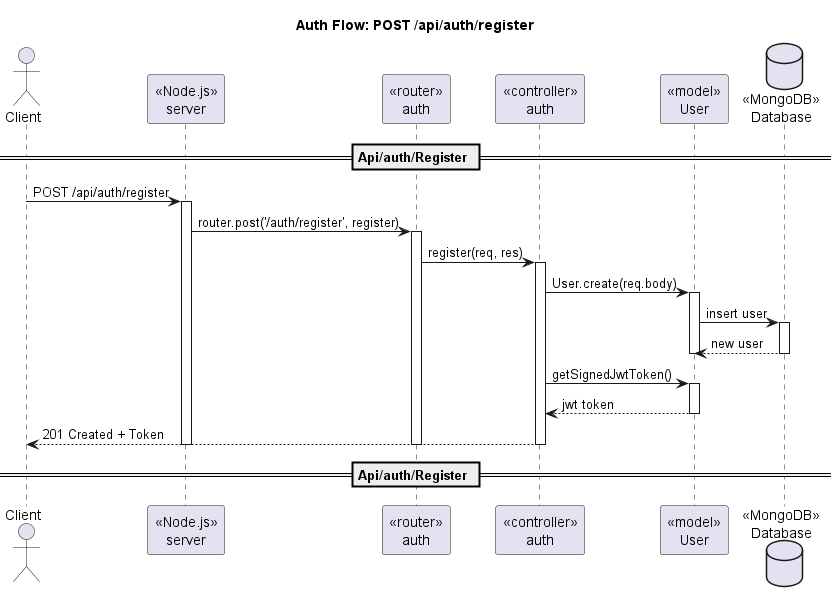
This is out/docs/diagram/sequence/seq_auth_register_post.png from 098ff/ArtmaybeDEV, a PlantUML export, as it was before one commit.
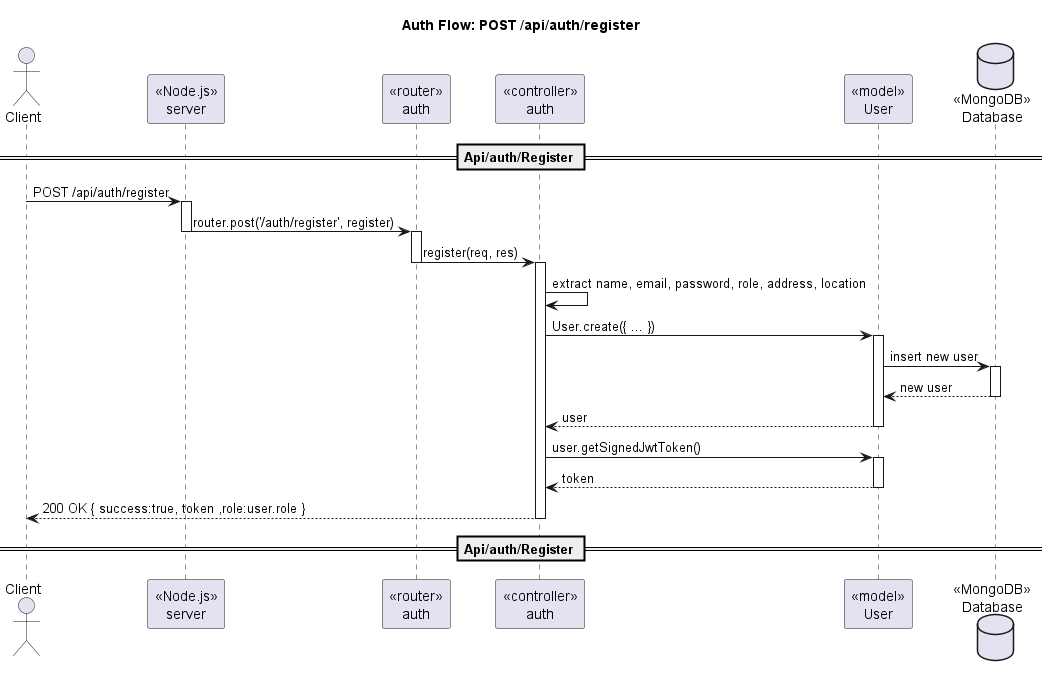
The same diagram one commit later.

What changed in the source:
```diff
@@ -11,23 +11,31 @@
 Client -> Server : POST /api/auth/register
 activate Server
 Server -> Router : router.post('/auth/register', register)
+deactivate Server
 activate Router
+
 Router -> Ctrl : register(req, res)
+deactivate Router
 activate Ctrl
-Ctrl -> UserModel : User.create(req.body)
+
+Ctrl -> Ctrl : extract name, email, password, role, address, location
+
+Ctrl -> UserModel : User.create({ ... })
 activate UserModel
-UserModel -> DB : insert user
+UserModel -> DB : insert new user
 activate DB
 DB --> UserModel : new user
 deactivate DB
+UserModel --> Ctrl : user
 deactivate UserModel
-Ctrl -> UserModel : getSignedJwtToken()
+
+Ctrl -> UserModel : user.getSignedJwtToken()
 activate UserModel
-UserModel --> Ctrl : jwt token
+UserModel --> Ctrl : token
 deactivate UserModel
-Ctrl --> Client : 201 Created + Token
+
+Ctrl --> Client : 200 OK { success:true, token ,role:user.role }
+
 deactivate Ctrl
-deactivate Router
-deactivate Server
 == Api/auth/Register ==
 @enduml
```
